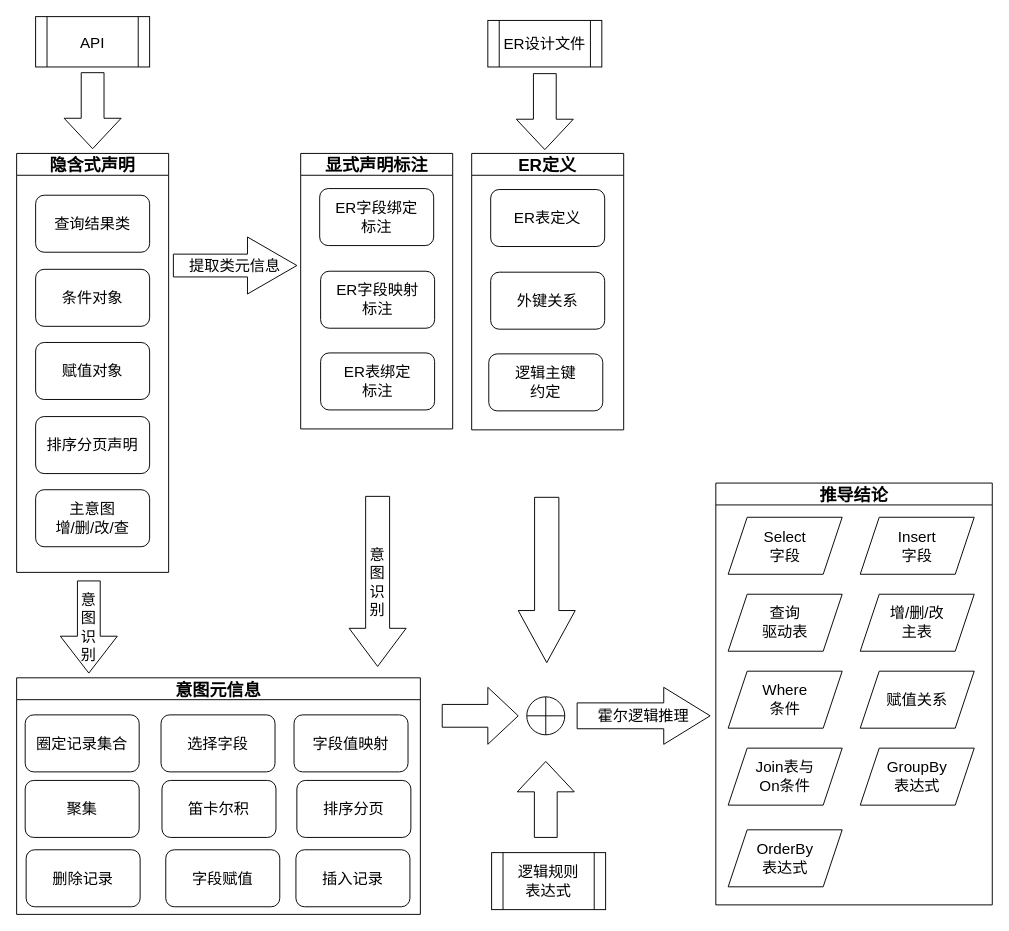
tenyks/activiti-demo keeps this draw.io diagram as SQL生成.drawio. Above is the earlier version. Source tidied: cells renumbered, new cells numbered last; positions are measured from the earlier drawing's top-left corner, leaving out a move shared by most shapes. Both pictures are drawn from the tidied source at 95%, with x=0, y=0 at pixel (16, 16).
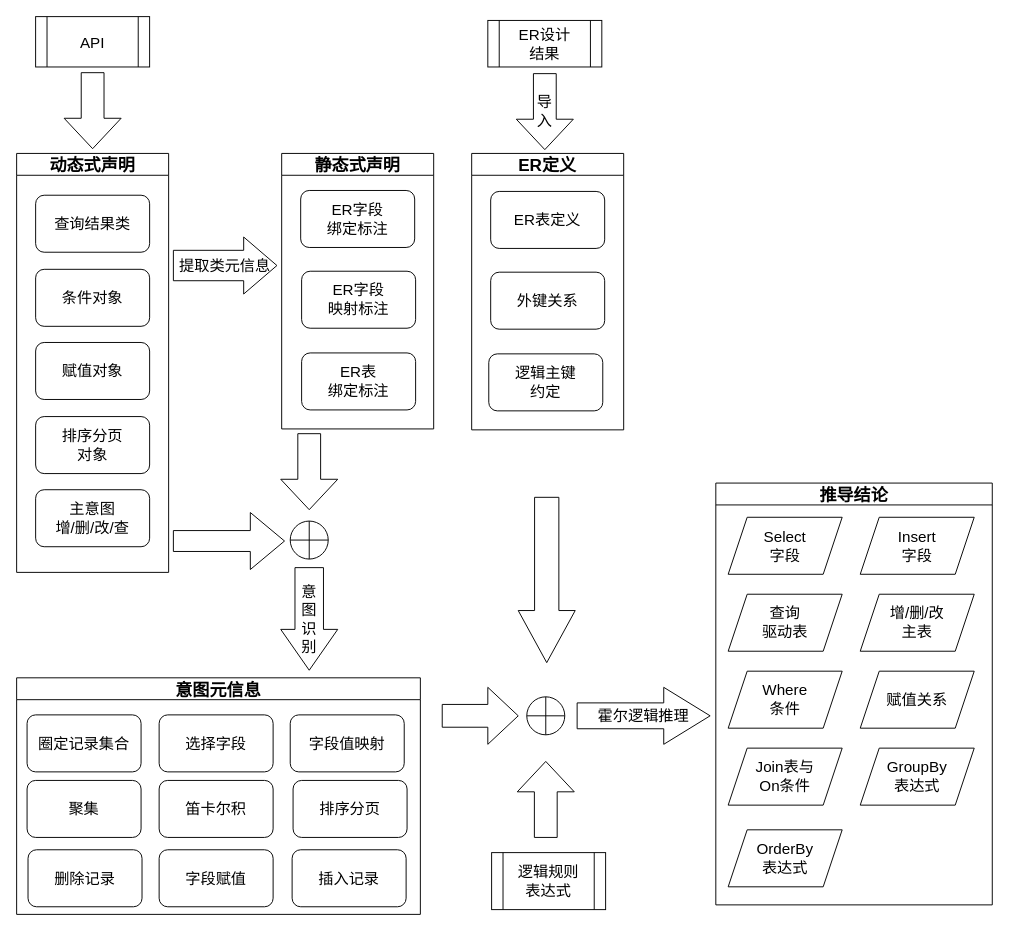
The same diagram, later.

The change refers to these unchanged cells:
```xml
<mxCell id="28" value="意图元信息" style="swimlane;fontSize=18;startSize=23;" parent="1" vertex="1">
  <mxGeometry y="696" width="425" height="249" as="geometry" />
</mxCell>
<mxCell id="38" value="ER定义" style="swimlane;fontSize=18;" parent="1" vertex="1">
  <mxGeometry x="479" y="144" width="160" height="291" as="geometry" />
</mxCell>
```

The edit, as a diff of the source:
```diff
@@
-    <mxCell id="4" value="排序分页声明" style="rounded=1;whiteSpace=wrap;html=1;fontSize=16;" parent="1" vertex="1">
+    <mxCell id="4" value="排序分页&lt;br&gt;对象" style="rounded=1;whiteSpace=wrap;html=1;fontSize=16;" parent="1" vertex="1">
       <mxGeometry x="20" y="421" width="120" height="60" as="geometry" />
     </mxCell>
@@
-    <mxCell id="8" value="提取类元信息" style="shape=singleArrow;whiteSpace=wrap;html=1;arrowWidth=0.4;arrowSize=0.4;fontSize=16;" parent="1" vertex="1">
-      <mxGeometry x="165" y="232" width="130" height="60" as="geometry" />
+    <mxCell id="8" value="提取类元信息" style="shape=singleArrow;whiteSpace=wrap;html=1;arrowWidth=0.5333333333333333;arrowSize=0.3211009174311927;fontSize=16;" parent="1" vertex="1">
+      <mxGeometry x="165" y="232" width="109" height="60" as="geometry" />
     </mxCell>
-    <mxCell id="9" value="ER设计文件" style="shape=process;whiteSpace=wrap;html=1;backgroundOutline=1;fontSize=16;" parent="1" vertex="1">
+    <mxCell id="9" value="ER设计&lt;br&gt;结果" style="shape=process;whiteSpace=wrap;html=1;backgroundOutline=1;fontSize=16;" parent="1" vertex="1">
       <mxGeometry x="496" y="4" width="120" height="49" as="geometry" />
     </mxCell>
@@
-    <mxCell id="11" value="隐含式声明" style="swimlane;fontSize=18;" parent="1" vertex="1">
+    <mxCell id="11" value="动态式声明" style="swimlane;fontSize=18;" parent="1" vertex="1">
       <mxGeometry y="144" width="160" height="441" as="geometry" />
     </mxCell>
-    <mxCell id="12" value="显式声明标注" style="swimlane;fontSize=18;" parent="1" vertex="1">
-      <mxGeometry x="299" y="144" width="160" height="290" as="geometry" />
+    <mxCell id="12" value="静态式声明" style="swimlane;fontSize=18;" parent="1" vertex="1">
+      <mxGeometry x="279" y="144" width="160" height="290" as="geometry" />
     </mxCell>
-    <mxCell id="13" value="ER表绑定&lt;br&gt;标注" style="rounded=1;whiteSpace=wrap;html=1;fontSize=16;" parent="12" vertex="1">
+    <mxCell id="13" value="ER表&lt;br&gt;绑定标注" style="rounded=1;whiteSpace=wrap;html=1;fontSize=16;" parent="12" vertex="1">
       <mxGeometry x="21" y="210" width="120" height="60" as="geometry" />
     </mxCell>
-    <mxCell id="14" value="ER字段映射&lt;br&gt;标注" style="rounded=1;whiteSpace=wrap;html=1;fontSize=16;" parent="12" vertex="1">
+    <mxCell id="14" value="ER字段&lt;br&gt;映射标注" style="rounded=1;whiteSpace=wrap;html=1;fontSize=16;" parent="12" vertex="1">
       <mxGeometry x="21" y="124" width="120" height="60" as="geometry" />
     </mxCell>
-    <mxCell id="15" value="ER字段绑定&lt;br&gt;标注" style="rounded=1;whiteSpace=wrap;html=1;fontSize=16;" parent="12" vertex="1">
-      <mxGeometry x="20" y="37" width="120" height="60" as="geometry" />
+    <mxCell id="15" value="ER字段&lt;br&gt;绑定标注" style="rounded=1;whiteSpace=wrap;html=1;fontSize=16;" parent="12" vertex="1">
+      <mxGeometry x="20" y="39" width="120" height="60" as="geometry" />
     </mxCell>
-    <mxCell id="16" value="意&lt;br&gt;图&lt;br&gt;识&lt;br&gt;别" style="shape=singleArrow;whiteSpace=wrap;html=1;arrowWidth=0.4204376220703125;arrowSize=0.2240781917128452;direction=south;fontSize=16;" parent="1" vertex="1">
-      <mxGeometry x="350" y="505" width="60" height="179" as="geometry" />
-    </mxCell>
@@
     <mxCell id="29" value="选择字段" style="rounded=1;whiteSpace=wrap;html=1;fontSize=16;" parent="28" vertex="1">
-      <mxGeometry x="152" y="39" width="120" height="60" as="geometry" />
+      <mxGeometry x="150" y="39" width="120" height="60" as="geometry" />
     </mxCell>
     <mxCell id="30" value="圈定记录集合" style="rounded=1;whiteSpace=wrap;html=1;fontSize=16;" parent="28" vertex="1">
-      <mxGeometry x="9" y="39" width="120" height="60" as="geometry" />
+      <mxGeometry x="11" y="39" width="120" height="60" as="geometry" />
     </mxCell>
     <mxCell id="31" value="字段值映射" style="rounded=1;whiteSpace=wrap;html=1;fontSize=16;" parent="28" vertex="1">
-      <mxGeometry x="292" y="39" width="120" height="60" as="geometry" />
+      <mxGeometry x="288" y="39" width="120" height="60" as="geometry" />
     </mxCell>
     <mxCell id="32" value="聚集" style="rounded=1;whiteSpace=wrap;html=1;fontSize=16;" parent="28" vertex="1">
-      <mxGeometry x="9" y="108" width="120" height="60" as="geometry" />
+      <mxGeometry x="11" y="108" width="120" height="60" as="geometry" />
     </mxCell>
     <mxCell id="33" value="排序分页" style="rounded=1;whiteSpace=wrap;html=1;fontSize=16;" parent="28" vertex="1">
-      <mxGeometry x="295" y="108" width="120" height="60" as="geometry" />
+      <mxGeometry x="291" y="108" width="120" height="60" as="geometry" />
     </mxCell>
     <mxCell id="34" value="笛卡尔积" style="rounded=1;whiteSpace=wrap;html=1;fontSize=16;" parent="28" vertex="1">
-      <mxGeometry x="153" y="108" width="120" height="60" as="geometry" />
+      <mxGeometry x="150" y="108" width="120" height="60" as="geometry" />
     </mxCell>
     <mxCell id="35" value="字段赋值" style="rounded=1;whiteSpace=wrap;html=1;fontSize=16;" parent="28" vertex="1">
-      <mxGeometry x="157" y="181" width="120" height="60" as="geometry" />
+      <mxGeometry x="150" y="181" width="120" height="60" as="geometry" />
     </mxCell>
     <mxCell id="36" value="删除记录" style="rounded=1;whiteSpace=wrap;html=1;fontSize=16;" parent="28" vertex="1">
-      <mxGeometry x="10" y="181" width="120" height="60" as="geometry" />
+      <mxGeometry x="12" y="181" width="120" height="60" as="geometry" />
     </mxCell>
     <mxCell id="37" value="插入记录" style="rounded=1;whiteSpace=wrap;html=1;fontSize=16;" parent="28" vertex="1">
-      <mxGeometry x="294" y="181" width="120" height="60" as="geometry" />
+      <mxGeometry x="290" y="181" width="120" height="60" as="geometry" />
     </mxCell>
@@
     <mxCell id="41" value="ER表定义" style="rounded=1;whiteSpace=wrap;html=1;fontSize=16;" parent="38" vertex="1">
-      <mxGeometry x="20" y="38" width="120" height="60" as="geometry" />
+      <mxGeometry x="20" y="40" width="120" height="60" as="geometry" />
     </mxCell>
@@
-    <mxCell id="43" value="意&lt;br&gt;图&lt;br&gt;识&lt;br&gt;别" style="shape=singleArrow;whiteSpace=wrap;html=1;arrowWidth=0.4;arrowSize=0.4;direction=south;fontSize=16;" parent="1" vertex="1">
-      <mxGeometry x="46" y="594" width="60" height="97" as="geometry" />
+    <mxCell id="43" value="意&lt;br&gt;图&lt;br&gt;识&lt;br&gt;别" style="shape=singleArrow;whiteSpace=wrap;html=1;arrowWidth=0.5;arrowSize=0.39814814814814814;direction=south;fontSize=16;" parent="1" vertex="1">
+      <mxGeometry x="278" y="580" width="60" height="108" as="geometry" />
     </mxCell>
@@
-    <mxCell id="48" style="shape=singleArrow;whiteSpace=wrap;html=1;arrowWidth=0.4;arrowSize=0.4;direction=south;fontSize=16;" parent="1" vertex="1">
+    <mxCell id="48" value="导&lt;br&gt;入" style="shape=singleArrow;whiteSpace=wrap;html=1;arrowWidth=0.4;arrowSize=0.4;direction=south;fontSize=16;" parent="1" vertex="1">
       <mxGeometry x="526" y="60" width="60" height="80" as="geometry" />
     </mxCell>
+    <mxCell id="49" style="shape=orEllipse;perimeter=ellipsePerimeter;whiteSpace=wrap;html=1;backgroundOutline=1;fontSize=16;" parent="1" vertex="1">
+      <mxGeometry x="288" y="531" width="40" height="40" as="geometry" />
+    </mxCell>
+    <mxCell id="50" style="shape=singleArrow;whiteSpace=wrap;html=1;arrowWidth=0.36666666666666664;arrowSize=0.3076923076923077;direction=east;fontSize=16;" parent="1" vertex="1">
+      <mxGeometry x="165" y="522" width="117" height="60" as="geometry" />
+    </mxCell>
+    <mxCell id="51" style="shape=singleArrow;whiteSpace=wrap;html=1;arrowWidth=0.4;arrowSize=0.4;direction=south;fontSize=16;" parent="1" vertex="1">
+      <mxGeometry x="278" y="439" width="60" height="80" as="geometry" />
+    </mxCell>
```
